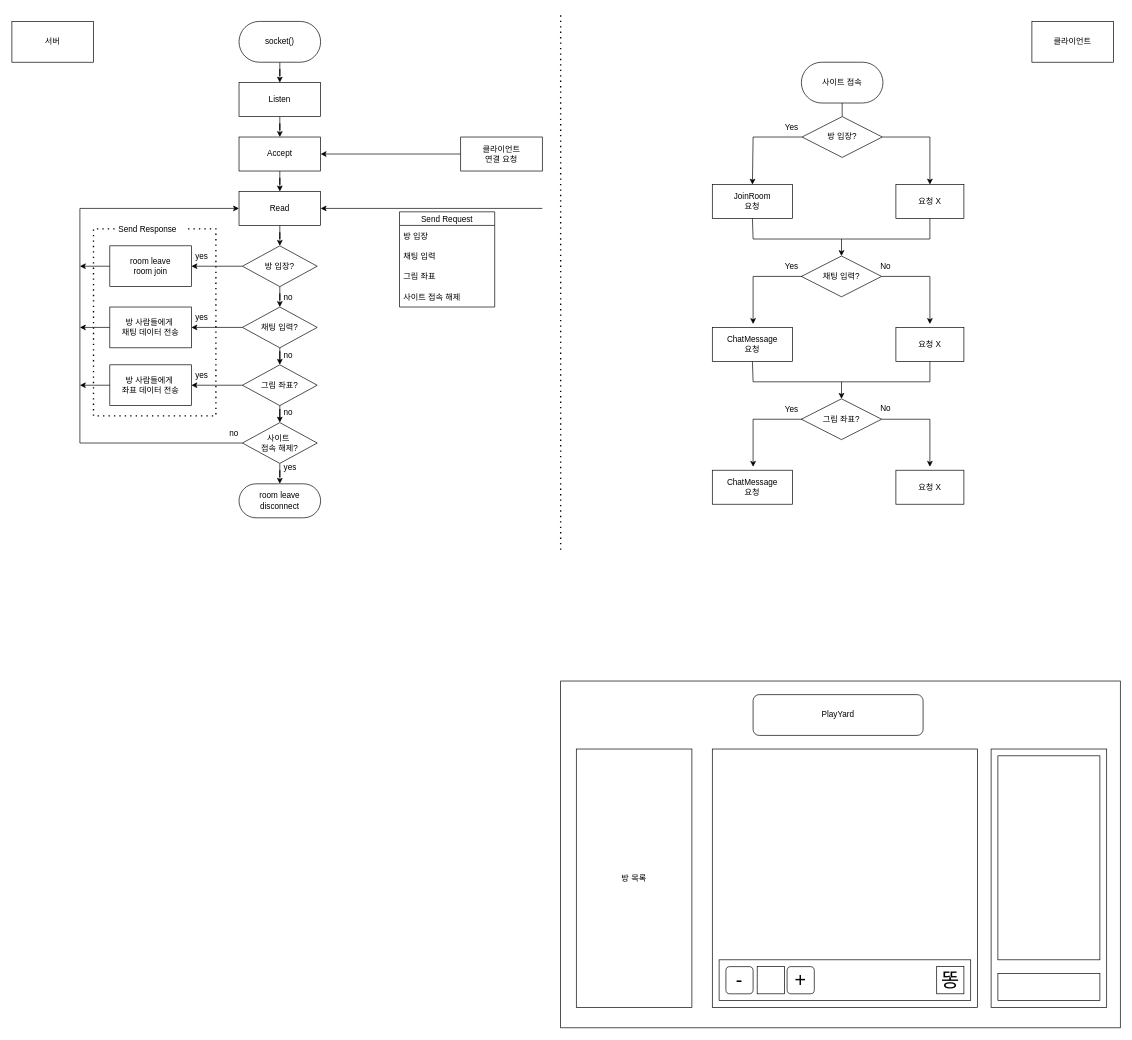
This is Untitled Diagram.drawio from riulwoo/playyard, a draw.io file, before an edit. Source tidied: cells renumbered, new cells numbered last; positions are measured from the earlier drawing's top-left corner, leaving out a move shared by most shapes. Both pictures are drawn from the tidied source at 68%, with x=0, y=0 at pixel (12, 12).
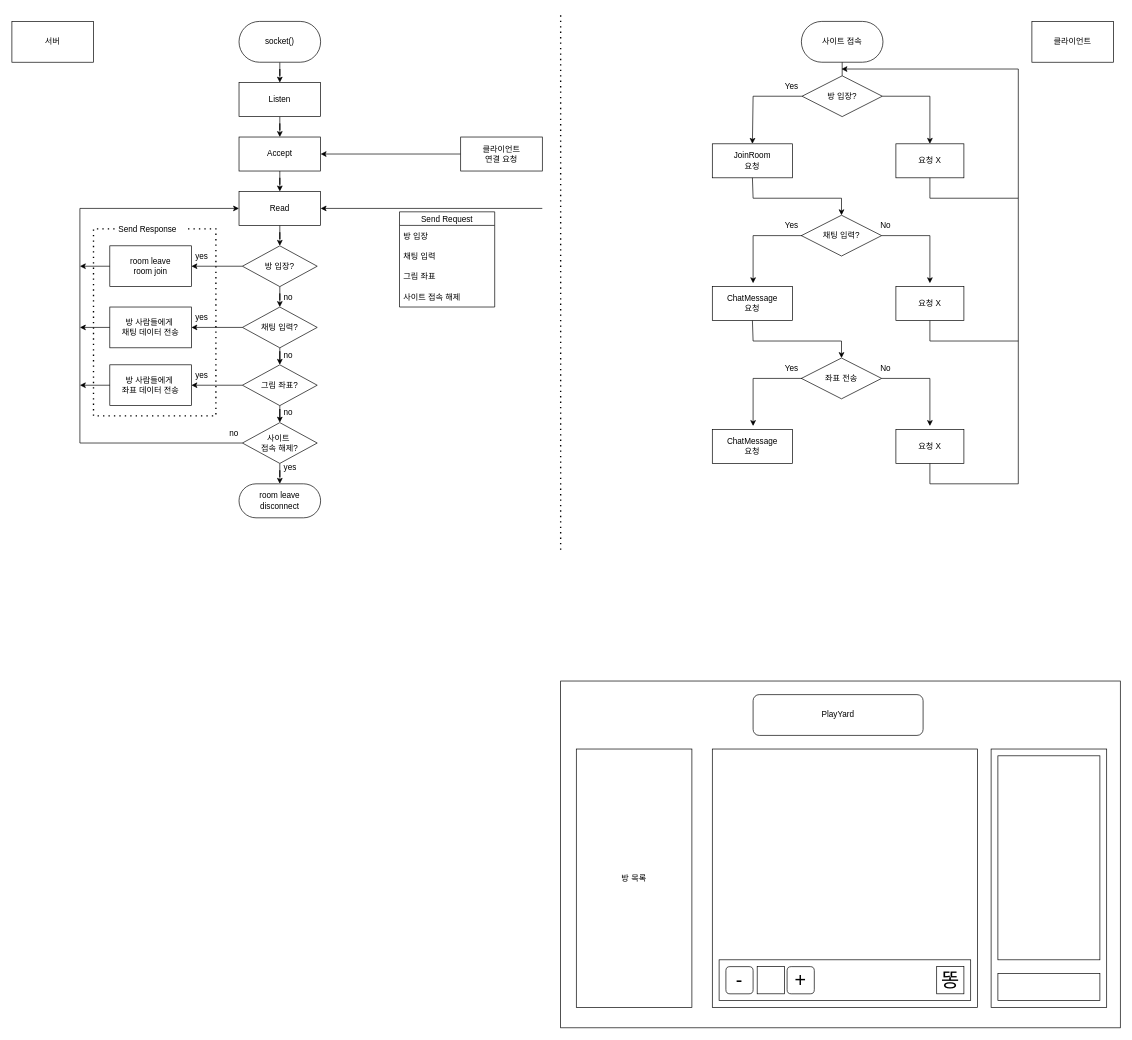
The same page after the edit.

The edit, as a diff of the source:
```diff
@@
     <mxCell id="18" value="사이트 접속" style="rounded=1;whiteSpace=wrap;html=1;arcSize=50;" parent="1" vertex="1">
-      <mxGeometry x="1161" y="73" width="120" height="60" as="geometry" />
+      <mxGeometry x="1161" y="13" width="120" height="60" as="geometry" />
     </mxCell>
@@
     <mxCell id="20" style="endArrow=none;html=1;rounded=0;entryX=0.5;entryY=1;entryDx=0;entryDy=0;" parent="1" edge="1" target="18">
       <mxGeometry relative="1" as="geometry">
-        <mxPoint x="1221" y="153" as="sourcePoint" />
+        <mxPoint x="1221" y="93" as="sourcePoint" />
       </mxGeometry>
     </mxCell>
@@
     <mxCell id="22" value="방 입장?" style="rhombus;whiteSpace=wrap;html=1;" parent="1" vertex="1">
-      <mxGeometry x="1162" y="153" width="118" height="60" as="geometry" />
+      <mxGeometry x="1162" y="93" width="118" height="60" as="geometry" />
     </mxCell>
@@
     <mxCell id="24" style="endArrow=classic;html=1;rounded=0;exitX=0;exitY=0.5;exitDx=0;exitDy=0;entryX=0.5;entryY=0;entryDx=0;entryDy=0;" parent="1" edge="1" source="22" target="27">
       <mxGeometry relative="1" as="geometry">
         <Array as="points">
-          <mxPoint x="1090" y="183" />
+          <mxPoint x="1090" y="123" />
         </Array>
       </mxGeometry>
     </mxCell>
@@
     <mxCell id="27" value="JoinRoom&lt;br&gt;요청" style="rounded=0;whiteSpace=wrap;html=1;" parent="1" vertex="1">
-      <mxGeometry x="1030" y="253" width="118" height="50" as="geometry" />
+      <mxGeometry x="1030" y="193" width="118" height="50" as="geometry" />
     </mxCell>
@@
     <mxCell id="29" value="Yes" style="text;strokeColor=none;fillColor=none;align=left;verticalAlign=middle;spacingLeft=4;spacingRight=4;overflow=hidden;" parent="1" vertex="1">
-      <mxGeometry x="1131" y="153" width="30" height="30" as="geometry" />
+      <mxGeometry x="1131" y="93" width="30" height="30" as="geometry" />
     </mxCell>
     <mxCell id="30" value="No" style="text;html=1;strokeColor=none;fillColor=none;align=center;verticalAlign=middle;whiteSpace=wrap;rounded=0;" parent="1" vertex="1">
-      <mxGeometry x="1270" y="358" width="30" height="30" as="geometry" />
+      <mxGeometry x="1270" y="298" width="30" height="30" as="geometry" />
     </mxCell>
@@
     <mxCell id="42" style="endArrow=classic;html=1;rounded=0;exitX=1;exitY=0.5;exitDx=0;exitDy=0;entryX=0.5;entryY=0;entryDx=0;entryDy=0;" parent="1" edge="1" source="22" target="44">
       <mxGeometry relative="1" as="geometry">
         <Array as="points">
-          <mxPoint x="1350" y="183" />
+          <mxPoint x="1350" y="123" />
         </Array>
       </mxGeometry>
     </mxCell>
@@
     <mxCell id="44" value="요청 X" style="rounded=0;whiteSpace=wrap;html=1;" parent="1" vertex="1">
-      <mxGeometry x="1300" y="253" width="100" height="50" as="geometry" />
+      <mxGeometry x="1300" y="193" width="100" height="50" as="geometry" />
     </mxCell>
@@
     <mxCell id="46" value="채팅 입력?" style="rhombus;whiteSpace=wrap;html=1;" parent="1" vertex="1">
-      <mxGeometry x="1161" y="358" width="118" height="60" as="geometry" />
+      <mxGeometry x="1161" y="298" width="118" height="60" as="geometry" />
     </mxCell>
@@
     <mxCell id="48" style="endArrow=classic;html=1;rounded=0;exitX=1;exitY=0.5;exitDx=0;exitDy=0;" parent="1" edge="1" source="46">
       <mxGeometry relative="1" as="geometry">
-        <mxPoint x="1350" y="458" as="targetPoint" />
+        <mxPoint x="1350" y="398" as="targetPoint" />
         <Array as="points">
-          <mxPoint x="1350" y="388" />
+          <mxPoint x="1350" y="328" />
         </Array>
       </mxGeometry>
     </mxCell>
@@
     <mxCell id="50" style="endArrow=classic;html=1;rounded=0;exitX=0;exitY=0.5;exitDx=0;exitDy=0;" parent="1" edge="1">
       <mxGeometry relative="1" as="geometry">
-        <mxPoint x="1162" y="388" as="sourcePoint" />
-        <mxPoint x="1090" y="458" as="targetPoint" />
+        <mxPoint x="1162" y="328" as="sourcePoint" />
+        <mxPoint x="1090" y="398" as="targetPoint" />
         <Array as="points">
-          <mxPoint x="1090" y="388" />
+          <mxPoint x="1090" y="328" />
         </Array>
       </mxGeometry>
     </mxCell>
@@
-    <mxCell id="52" style="endArrow=none;html=1;rounded=0;exitX=0.5;exitY=1;exitDx=0;exitDy=0;entryX=0.5;entryY=1;entryDx=0;entryDy=0;" parent="1" edge="1" source="27" target="44">
+    <mxCell id="52" style="endArrow=none;html=1;rounded=0;exitX=0.5;exitY=1;exitDx=0;exitDy=0;" parent="1" edge="1" source="27">
       <mxGeometry relative="1" as="geometry">
+        <mxPoint x="1220" y="273" as="targetPoint" />
         <Array as="points">
-          <mxPoint x="1090" y="333" />
-          <mxPoint x="1350" y="333" />
+          <mxPoint x="1090" y="273" />
         </Array>
       </mxGeometry>
     </mxCell>
@@
     <mxCell id="54" style="endArrow=classic;html=1;rounded=0;entryX=0.5;entryY=0;entryDx=0;entryDy=0;" parent="1" edge="1" target="46">
       <mxGeometry relative="1" as="geometry">
-        <mxPoint x="1220" y="333" as="sourcePoint" />
+        <mxPoint x="1220" y="273" as="sourcePoint" />
       </mxGeometry>
     </mxCell>
@@
     <mxCell id="74" value="ChatMessage&lt;br&gt;요청" style="rounded=0;whiteSpace=wrap;html=1;" parent="1" vertex="1">
-      <mxGeometry x="1030" y="463" width="118" height="50" as="geometry" />
+      <mxGeometry x="1030" y="403" width="118" height="50" as="geometry" />
     </mxCell>
@@
     <mxCell id="76" value="요청 X" style="rounded=0;whiteSpace=wrap;html=1;" parent="1" vertex="1">
-      <mxGeometry x="1300" y="463" width="100" height="50" as="geometry" />
+      <mxGeometry x="1300" y="403" width="100" height="50" as="geometry" />
     </mxCell>
@@
     <mxCell id="78" value="Yes" style="text;strokeColor=none;fillColor=none;align=left;verticalAlign=middle;spacingLeft=4;spacingRight=4;overflow=hidden;" parent="1" vertex="1">
-      <mxGeometry x="1131" y="358" width="30" height="30" as="geometry" />
+      <mxGeometry x="1131" y="298" width="30" height="30" as="geometry" />
     </mxCell>
     <mxCell id="79" value="No" style="text;html=1;strokeColor=none;fillColor=none;align=center;verticalAlign=middle;whiteSpace=wrap;rounded=0;" parent="1" vertex="1">
-      <mxGeometry x="1270" y="568" width="30" height="30" as="geometry" />
+      <mxGeometry x="1270" y="508" width="30" height="30" as="geometry" />
     </mxCell>
-    <mxCell id="80" value="그림 좌표?" style="rhombus;whiteSpace=wrap;html=1;" parent="1" vertex="1">
-      <mxGeometry x="1161" y="568" width="118" height="60" as="geometry" />
+    <mxCell id="80" value="좌표 전송" style="rhombus;whiteSpace=wrap;html=1;" parent="1" vertex="1">
+      <mxGeometry x="1161" y="508" width="118" height="60" as="geometry" />
     </mxCell>
     <mxCell id="81" style="endArrow=classic;html=1;rounded=0;exitX=1;exitY=0.5;exitDx=0;exitDy=0;" parent="1" edge="1" source="80">
       <mxGeometry relative="1" as="geometry">
-        <mxPoint x="1350" y="668" as="targetPoint" />
+        <mxPoint x="1350" y="608" as="targetPoint" />
         <Array as="points">
-          <mxPoint x="1350" y="598" />
+          <mxPoint x="1350" y="538" />
         </Array>
       </mxGeometry>
     </mxCell>
     <mxCell id="82" style="endArrow=classic;html=1;rounded=0;exitX=0;exitY=0.5;exitDx=0;exitDy=0;" parent="1" edge="1">
       <mxGeometry relative="1" as="geometry">
-        <mxPoint x="1162" y="598" as="sourcePoint" />
-        <mxPoint x="1090" y="668" as="targetPoint" />
+        <mxPoint x="1162" y="538" as="sourcePoint" />
+        <mxPoint x="1090" y="608" as="targetPoint" />
         <Array as="points">
-          <mxPoint x="1090" y="598" />
+          <mxPoint x="1090" y="538" />
         </Array>
       </mxGeometry>
     </mxCell>
-    <mxCell id="83" style="endArrow=none;html=1;rounded=0;exitX=0.5;exitY=1;exitDx=0;exitDy=0;entryX=0.5;entryY=1;entryDx=0;entryDy=0;" parent="1" edge="1">
+    <mxCell id="83" style="endArrow=none;html=1;rounded=0;exitX=0.5;exitY=1;exitDx=0;exitDy=0;" parent="1" edge="1">
       <mxGeometry relative="1" as="geometry">
-        <mxPoint x="1089" y="513" as="sourcePoint" />
-        <mxPoint x="1350" y="513" as="targetPoint" />
+        <mxPoint x="1089" y="453" as="sourcePoint" />
+        <mxPoint x="1220" y="483" as="targetPoint" />
         <Array as="points">
-          <mxPoint x="1090" y="543" />
-          <mxPoint x="1350" y="543" />
+          <mxPoint x="1090" y="483" />
         </Array>
       </mxGeometry>
     </mxCell>
     <mxCell id="84" style="endArrow=classic;html=1;rounded=0;entryX=0.5;entryY=0;entryDx=0;entryDy=0;" parent="1" edge="1" target="80">
       <mxGeometry relative="1" as="geometry">
-        <mxPoint x="1220" y="543" as="sourcePoint" />
+        <mxPoint x="1220" y="483" as="sourcePoint" />
       </mxGeometry>
     </mxCell>
     <mxCell id="85" value="ChatMessage&lt;br&gt;요청" style="rounded=0;whiteSpace=wrap;html=1;" parent="1" vertex="1">
-      <mxGeometry x="1030" y="673" width="118" height="50" as="geometry" />
+      <mxGeometry x="1030" y="613" width="118" height="50" as="geometry" />
     </mxCell>
     <mxCell id="86" value="요청 X" style="rounded=0;whiteSpace=wrap;html=1;" parent="1" vertex="1">
-      <mxGeometry x="1300" y="673" width="100" height="50" as="geometry" />
+      <mxGeometry x="1300" y="613" width="100" height="50" as="geometry" />
     </mxCell>
     <mxCell id="87" value="Yes" style="text;strokeColor=none;fillColor=none;align=left;verticalAlign=middle;spacingLeft=4;spacingRight=4;overflow=hidden;" parent="1" vertex="1">
-      <mxGeometry x="1131" y="568" width="30" height="30" as="geometry" />
+      <mxGeometry x="1131" y="508" width="30" height="30" as="geometry" />
     </mxCell>
+    <mxCell id="88" style="endArrow=none;html=1;rounded=0;exitX=0.5;exitY=1;exitDx=0;exitDy=0;" parent="1" edge="1">
+      <mxGeometry relative="1" as="geometry">
+        <mxPoint x="1350" y="243" as="sourcePoint" />
+        <mxPoint x="1480" y="83" as="targetPoint" />
+        <Array as="points">
+          <mxPoint x="1350" y="273" />
+          <mxPoint x="1480" y="273" />
+        </Array>
+      </mxGeometry>
+    </mxCell>
+    <mxCell id="89" style="endArrow=classic;html=1;rounded=0;" parent="1" edge="1">
+      <mxGeometry relative="1" as="geometry">
+        <mxPoint x="1480" y="83" as="sourcePoint" />
+        <mxPoint x="1220" y="83" as="targetPoint" />
+      </mxGeometry>
+    </mxCell>
+    <mxCell id="90" style="endArrow=none;html=1;rounded=0;exitX=0.5;exitY=1;exitDx=0;exitDy=0;" parent="1" edge="1">
+      <mxGeometry relative="1" as="geometry">
+        <mxPoint x="1350" y="453" as="sourcePoint" />
+        <mxPoint x="1480" y="273" as="targetPoint" />
+        <Array as="points">
+          <mxPoint x="1350" y="483" />
+          <mxPoint x="1480" y="483" />
+        </Array>
+      </mxGeometry>
+    </mxCell>
+    <mxCell id="91" style="endArrow=none;html=1;rounded=0;exitX=0.5;exitY=1;exitDx=0;exitDy=0;" parent="1" edge="1">
+      <mxGeometry relative="1" as="geometry">
+        <mxPoint x="1350" y="663" as="sourcePoint" />
+        <mxPoint x="1480" y="483" as="targetPoint" />
+        <Array as="points">
+          <mxPoint x="1350" y="693" />
+          <mxPoint x="1480" y="693" />
+        </Array>
+      </mxGeometry>
+    </mxCell>
```
